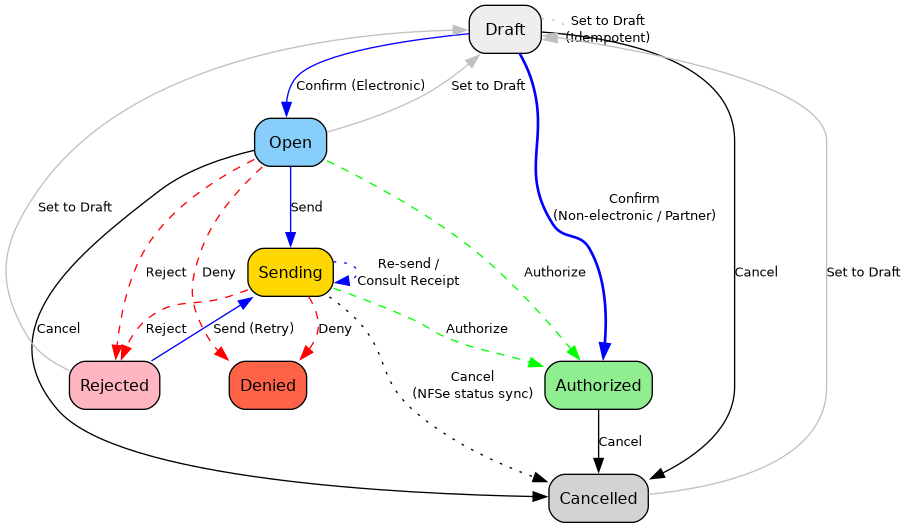
OCA/l10n-brazil keeps this Graphviz diagram as l10n_br_fiscal_edi/static/description/fsm_graph.png. Above is the earlier version. Its source is kept beside it as l10n_br_fiscal_edi/static/description/fsm_graph.dot.
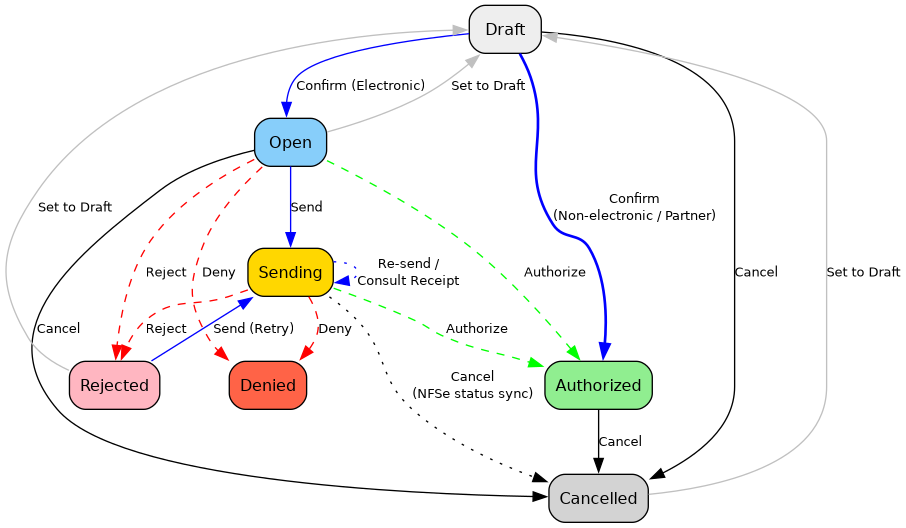
Above is the later version.

What changed in the source:
```diff
@@ -40,5 +40,4 @@
     open -> draft [label="Set to Draft", color="gray"];
     rejected -> draft [label="Set to Draft", color="gray"];
     cancel -> draft [label="Set to Draft", color="gray"];
-    draft -> draft [label="Set to Draft\n(Idempotent)", style="dotted", color="gray"];
 }
```
